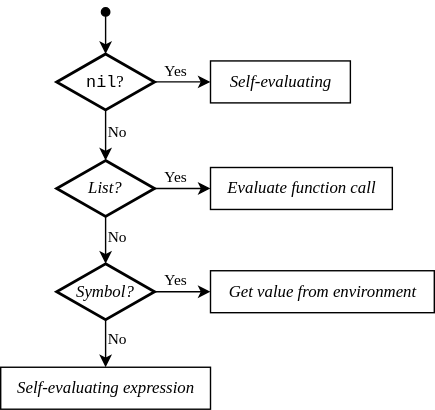
Earlier version of the draw.io export doc/diagrams/sl_eval.svg (8dcc/sl). Source tidied: cells renumbered, new cells last; positions are measured from the earlier drawing's top-left corner, leaving out a move shared by most shapes. Source of this version:
```xml
<mxGraphModel>
  <root>
    <mxCell id="0" />
    <mxCell id="1" parent="0" />
    <mxCell id="2" style="edgeStyle=orthogonalEdgeStyle;rounded=0;jettySize=auto;html=1;" parent="1" edge="1" source="4" target="8">
      <mxGeometry relative="1" as="geometry" />
    </mxCell>
    <mxCell id="3" value="Yes" style="edgeLabel;html=1;align=center;verticalAlign=bottom;rotation=0;fontFamily=Times New Roman;fontStyle=0;" parent="2" vertex="1">
      <mxGeometry relative="1" as="geometry">
        <mxPoint x="-5" as="offset" />
      </mxGeometry>
    </mxCell>
    <mxCell id="4" value="&lt;font face=&quot;Times New Roman&quot;&gt;&lt;i&gt;List?&lt;/i&gt;&lt;/font&gt;" style="strokeWidth=2;html=1;shape=mxgraph.flowchart.decision;whiteSpace=wrap;" parent="1" vertex="1">
      <mxGeometry x="40" y="106.2" width="70" height="40" as="geometry" />
    </mxCell>
    <mxCell id="5" style="edgeStyle=orthogonalEdgeStyle;rounded=0;jettySize=auto;html=1;" parent="1" edge="1" source="9" target="7">
      <mxGeometry relative="1" as="geometry" />
    </mxCell>
    <mxCell id="6" value="Yes" style="edgeLabel;html=1;align=center;verticalAlign=bottom;rotation=0;fontFamily=Times New Roman;fontStyle=0;" parent="5" vertex="1">
      <mxGeometry relative="1" as="geometry">
        <mxPoint x="-5" as="offset" />
      </mxGeometry>
    </mxCell>
    <mxCell id="7" value="&lt;font face=&quot;Times New Roman&quot;&gt;&lt;i&gt;Self-evaluating&lt;/i&gt;&lt;/font&gt;" style="text;html=1;align=center;verticalAlign=middle;points=[];strokeColor=default;fillColor=default;" parent="1" vertex="1">
      <mxGeometry x="150" y="35" width="100" height="30" as="geometry" />
    </mxCell>
    <mxCell id="8" value="&lt;font&gt;Evaluate function call&lt;br&gt;&lt;/font&gt;" style="text;html=1;align=center;verticalAlign=middle;points=[];strokeColor=default;fillColor=default;fontFamily=Times New Roman;fontStyle=2;" parent="1" vertex="1">
      <mxGeometry x="150" y="111.2" width="130" height="30" as="geometry" />
    </mxCell>
    <mxCell id="9" value="&lt;font face=&quot;Courier New&quot;&gt;nil&lt;/font&gt;&lt;font face=&quot;Times New Roman&quot;&gt;?&lt;/font&gt;" style="strokeWidth=2;html=1;shape=mxgraph.flowchart.decision;whiteSpace=wrap;" parent="1" vertex="1">
      <mxGeometry x="40" y="30" width="70" height="40" as="geometry" />
    </mxCell>
    <mxCell id="10" style="edgeStyle=orthogonalEdgeStyle;rounded=0;jettySize=auto;html=1;" parent="1" edge="1" source="9" target="4">
      <mxGeometry relative="1" as="geometry" />
    </mxCell>
    <mxCell id="11" value="&lt;font&gt;No&lt;/font&gt;" style="edgeLabel;html=1;align=left;verticalAlign=middle;fontFamily=Times New Roman;" parent="10" vertex="1">
      <mxGeometry relative="1" as="geometry">
        <mxPoint y="-3" as="offset" />
      </mxGeometry>
    </mxCell>
    <mxCell id="12" style="edgeStyle=orthogonalEdgeStyle;rounded=0;orthogonalLoop=1;jettySize=auto;html=1;startArrow=oval;startFill=1;" parent="1" edge="1">
      <mxGeometry relative="1" as="geometry">
        <mxPoint x="75" as="sourcePoint" />
        <mxPoint x="75" y="30" as="targetPoint" />
      </mxGeometry>
    </mxCell>
    <mxCell id="13" value="&lt;font face=&quot;Times New Roman&quot;&gt;&lt;i&gt;Symbol?&lt;/i&gt;&lt;/font&gt;" style="strokeWidth=2;html=1;shape=mxgraph.flowchart.decision;whiteSpace=wrap;" parent="1" vertex="1">
      <mxGeometry x="40" y="180" width="70" height="40" as="geometry" />
    </mxCell>
    <mxCell id="14" style="edgeStyle=orthogonalEdgeStyle;rounded=0;jettySize=auto;html=1;" parent="1" edge="1" source="4" target="13">
      <mxGeometry relative="1" as="geometry" />
    </mxCell>
    <mxCell id="15" value="&lt;font&gt;No&lt;/font&gt;" style="edgeLabel;html=1;align=left;verticalAlign=middle;fontFamily=Times New Roman;" parent="14" vertex="1">
      <mxGeometry relative="1" as="geometry">
        <mxPoint y="-3" as="offset" />
      </mxGeometry>
    </mxCell>
    <mxCell id="16" value="Get value from environment" style="text;html=1;align=center;verticalAlign=middle;points=[];strokeColor=default;fillColor=default;fontFamily=Times New Roman;fontStyle=2;" parent="1" vertex="1">
      <mxGeometry x="150" y="185" width="160" height="30" as="geometry" />
    </mxCell>
    <mxCell id="17" style="edgeStyle=orthogonalEdgeStyle;rounded=0;jettySize=auto;html=1;" parent="1" edge="1" source="13" target="16">
      <mxGeometry relative="1" as="geometry" />
    </mxCell>
    <mxCell id="18" value="Yes" style="edgeLabel;html=1;align=center;verticalAlign=bottom;rotation=0;fontFamily=Times New Roman;fontStyle=0;" parent="17" vertex="1">
      <mxGeometry relative="1" as="geometry">
        <mxPoint x="-5" as="offset" />
      </mxGeometry>
    </mxCell>
    <mxCell id="19" value="Self-evaluating expression" style="text;html=1;align=center;verticalAlign=middle;points=[];strokeColor=default;fillColor=default;fontFamily=Times New Roman;fontStyle=2;" parent="1" vertex="1">
      <mxGeometry y="254" width="150" height="30" as="geometry" />
    </mxCell>
    <mxCell id="20" style="edgeStyle=orthogonalEdgeStyle;rounded=0;jettySize=auto;html=1;" parent="1" edge="1" source="13" target="19">
      <mxGeometry relative="1" as="geometry" />
    </mxCell>
    <mxCell id="21" value="&lt;font&gt;No&lt;/font&gt;" style="edgeLabel;html=1;align=left;verticalAlign=middle;fontFamily=Times New Roman;" parent="20" vertex="1">
      <mxGeometry relative="1" as="geometry">
        <mxPoint y="-3" as="offset" />
      </mxGeometry>
    </mxCell>
  </root>
</mxGraphModel>
```
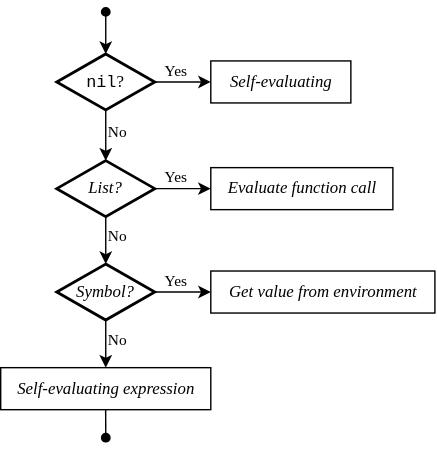
The same file after the commit.

Commit message:
doc: Add start and end arrows to eval diagrams

Change to the diagram source:
```diff
@@ -77,5 +77,11 @@
         <mxPoint y="-3" as="offset" />
       </mxGeometry>
     </mxCell>
+    <mxCell id="22" style="edgeStyle=orthogonalEdgeStyle;rounded=0;orthogonalLoop=1;jettySize=auto;html=1;endArrow=oval;endFill=1;" parent="1" edge="1">
+      <mxGeometry relative="1" as="geometry">
+        <mxPoint x="74.9" y="284" as="sourcePoint" />
+        <mxPoint x="75" y="304" as="targetPoint" />
+      </mxGeometry>
+    </mxCell>
   </root>
 </mxGraphModel>
```
